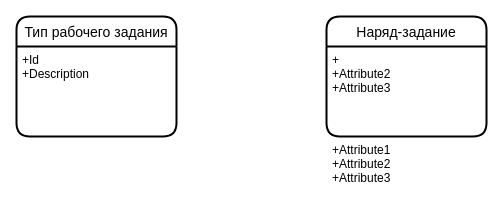
Earlier version of the draw.io diagram page "DB" (3 of 3) of Рабочее задание.drawio (tvolodi/abitech). Source tidied: cells renumbered, new cells numbered last; positions are measured from the earlier drawing's top-left corner, leaving out a move shared by most shapes. Both pictures are drawn from the tidied source at 100%, with x=0, y=0 at pixel (16, 16).
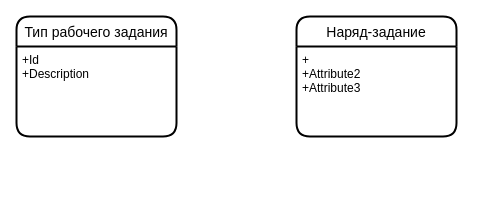
The same diagram, later.

Change to the diagram source:
```diff
@@
 <mxGraphModel>
   <root>
     <mxCell id="0" />
     <mxCell id="1" parent="0" />
     <mxCell id="2" value="Тип рабочего задания" style="swimlane;horizontal=1;startSize=30;rounded=1;fontSize=14;fontStyle=0;strokeWidth=2;shadow=0;dashed=0;align=center;labelBackgroundColor=none;fontColor=#000000;fillColor=#FFFFFF;gradientColor=none;gradientDirection=north;" parent="1" vertex="1">
       <mxGeometry width="160" height="120" as="geometry" />
     </mxCell>
     <mxCell id="3" value="+Id&#10;+Description" style="align=left;strokeColor=none;fillColor=none;spacingLeft=4;fontSize=12;verticalAlign=top;labelBackgroundColor=none;fontColor=#000000;" parent="2" vertex="1">
       <mxGeometry y="30" width="160" height="90" as="geometry" />
     </mxCell>
     <mxCell id="4" value="Наряд-задание" style="swimlane;horizontal=1;startSize=30;rounded=1;fontSize=14;fontStyle=0;strokeWidth=2;shadow=0;dashed=0;align=center;labelBackgroundColor=none;fontColor=#000000;fillColor=#FFFFFF;gradientColor=none;gradientDirection=north;" parent="1" vertex="1">
-      <mxGeometry x="310" width="160" height="120" as="geometry" />
+      <mxGeometry x="280" width="160" height="120" as="geometry" />
     </mxCell>
     <mxCell id="5" value="+&#10;+Attribute2&#10;+Attribute3" style="align=left;strokeColor=none;fillColor=none;spacingLeft=4;fontSize=12;verticalAlign=top;labelBackgroundColor=none;fontColor=#000000;" parent="4" vertex="1">
       <mxGeometry y="30" width="160" height="90" as="geometry" />
     </mxCell>
-    <mxCell id="6" value="+Attribute1&#10;+Attribute2&#10;+Attribute3" style="align=left;strokeColor=none;fillColor=none;spacingLeft=4;fontSize=12;verticalAlign=top;labelBackgroundColor=none;fontColor=#000000;" parent="4" vertex="1">
-      <mxGeometry y="120" width="160" as="geometry" />
-    </mxCell>
   </root>
 </mxGraphModel>
```
